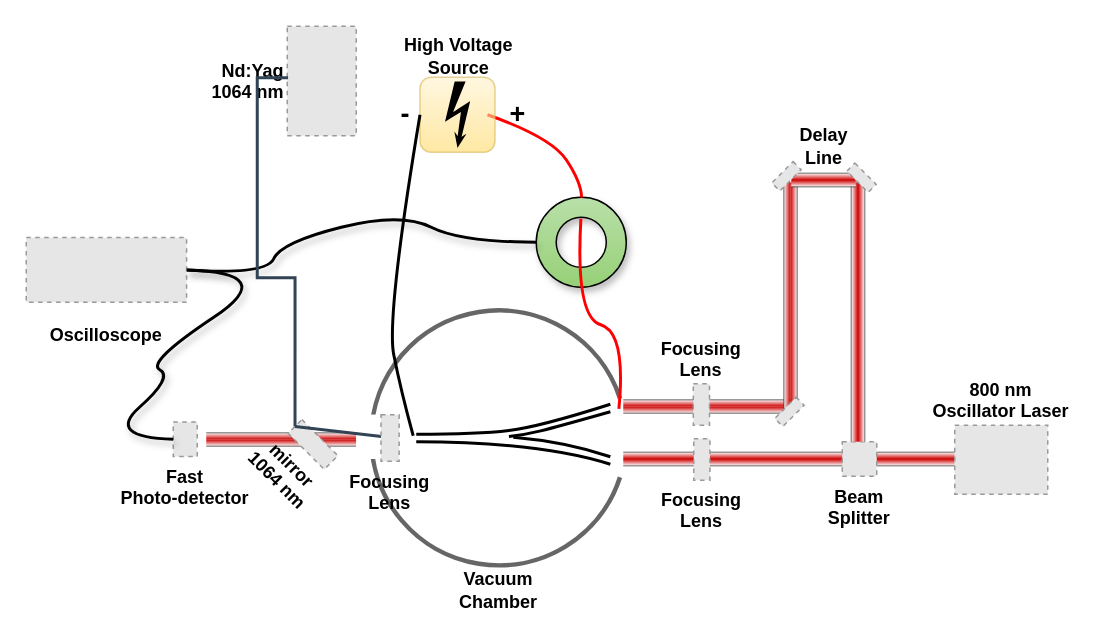
The draw.io diagram page "double capillary" (6 of 7) of figures/figures.drawio in ehudbehar/thesis, before the edit. Source tidied: cells renumbered, new cells numbered last; positions are measured from the earlier drawing's top-left corner, leaving out a move shared by most shapes. Both pictures are drawn from the tidied source at 150%, with x=0, y=0 at pixel (26, 26). Pictures stored in the file or linked from it are replaced by grey dashed boxes.
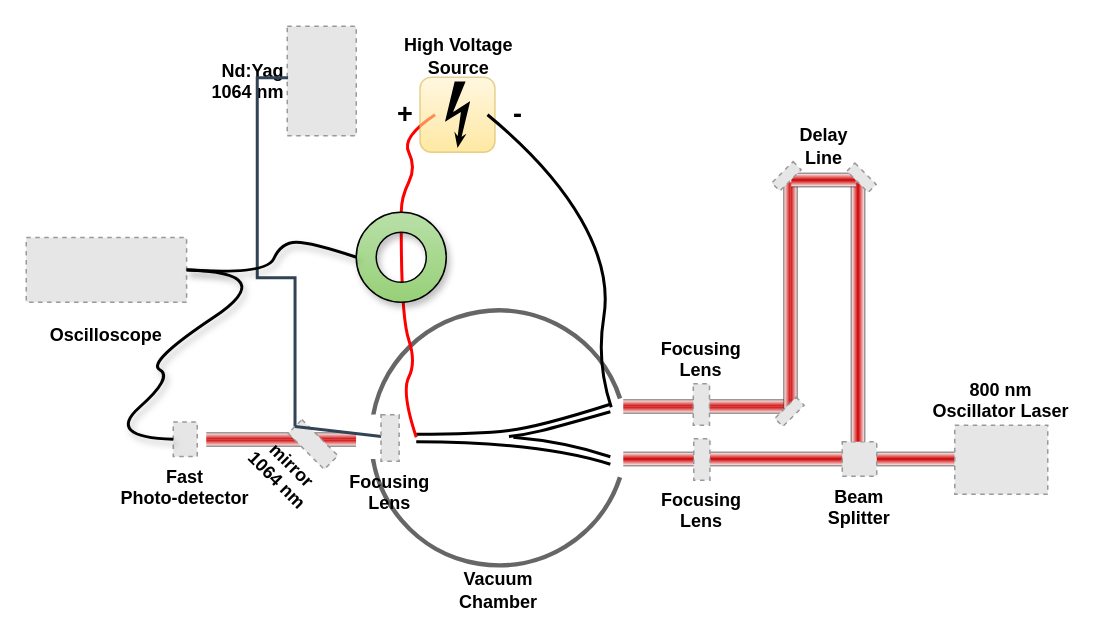
Above is the later version.

Unchanged cells that the change refers to:
```xml
<mxCell id="9" style="verticalLabelPosition=bottom;verticalAlign=top;html=1;shape=mxgraph.basic.arc;startAngle=0.3;endAngle=0.2;fillColor=#FFFFFF;strokeWidth=3;perimeterSpacing=3;opacity=60;" parent="1" vertex="1">
  <mxGeometry x="230" y="189.4" width="170" height="170" as="geometry" />
</mxCell>
<mxCell id="19" style="group;labelPosition=center;verticalLabelPosition=top;align=center;verticalAlign=bottom;spacingBottom=0;" parent="1" vertex="1">
  <mxGeometry x="247.5" y="25.5" width="85" height="70" as="geometry" />
</mxCell>
<mxCell id="21" style="rounded=1;whiteSpace=wrap;html=1;strokeColor=#d6b656;strokeWidth=1;fillColor=#fff2cc;opacity=60;gradientColor=#ffd966;" parent="20" vertex="1">
  <mxGeometry width="50" height="50" as="geometry" />
</mxCell>
<mxCell id="29" value="Oscilloscope" style="fillColor=#E6E6E6;strokeColor=#999999;dashed=1;verticalLabelPosition=bottom;verticalAlign=middle;fontFamily=Helvetica;fontSize=12;labelBackgroundColor=#ffffff;fontStyle=1;" parent="1" vertex="1">
  <mxGeometry y="140.9" width="106.9" height="43.1" as="geometry" />
</mxCell>
```

Change to the diagram source:
```diff
@@
-    <mxCell id="15" style="verticalLabelPosition=bottom;verticalAlign=top;html=1;shape=mxgraph.basic.donut;dx=13.29;fontFamily=Verdana;gradientDirection=south;fillColor=#B9E0A9;gradientColor=#97D077;shadow=1;flipH=1;" parent="1" vertex="1">
-      <mxGeometry x="340" y="114" width="60" height="60" as="geometry" />
-    </mxCell>
@@
-    <mxCell id="17" style="curved=1;endArrow=none;html=1;endFill=0;strokeWidth=2;snapToPoint=0;strokeColor=#FF0000;exitX=0.496;exitY=0.002;exitDx=0;exitDy=0;exitPerimeter=0;entryX=0;entryY=0.5;entryDx=0;entryDy=0;shadow=0;fillColor=#e51400;sketch=0;" parent="1" edge="1" source="15" target="24">
+    <mxCell id="17" style="curved=1;endArrow=none;html=1;endFill=0;strokeWidth=2;snapToPoint=0;strokeColor=#FF0000;exitX=0.5;exitY=0;exitDx=0;exitDy=0;exitPerimeter=0;entryX=1;entryY=0.5;entryDx=0;entryDy=0;shadow=0;fillColor=#e51400;sketch=0;" parent="1" edge="1" source="57" target="23">
       <mxGeometry relative="1" as="geometry">
         <Array as="points">
-          <mxPoint x="370" y="104" />
-          <mxPoint x="350" y="74" />
+          <mxPoint x="250" y="114" />
+          <mxPoint x="260" y="94" />
+          <mxPoint x="250" y="74" />
         </Array>
       </mxGeometry>
     </mxCell>
@@
-    <mxCell id="23" value="&lt;b&gt;&lt;font style=&quot;font-size: 18px&quot;&gt;-&lt;br&gt;&lt;/font&gt;&lt;/b&gt;" style="text;html=1;strokeColor=none;fillColor=none;align=center;verticalAlign=middle;whiteSpace=wrap;rounded=0;opacity=60;" parent="19" vertex="1">
+    <mxCell id="23" value="&lt;b&gt;&lt;font style=&quot;font-size: 18px&quot;&gt;+&lt;br&gt;&lt;/font&gt;&lt;/b&gt;" style="text;html=1;strokeColor=none;fillColor=none;align=center;verticalAlign=middle;whiteSpace=wrap;rounded=0;opacity=60;" parent="19" vertex="1">
       <mxGeometry x="-15" y="23.5" width="40" height="20" as="geometry" />
     </mxCell>
-    <mxCell id="24" value="&lt;b&gt;&lt;font style=&quot;font-size: 18px&quot;&gt;+&lt;/font&gt;&lt;/b&gt;" style="text;html=1;strokeColor=none;fillColor=none;align=center;verticalAlign=middle;whiteSpace=wrap;rounded=0;opacity=60;" parent="19" vertex="1">
+    <mxCell id="24" value="&lt;b&gt;&lt;font style=&quot;font-size: 18px&quot;&gt;-&lt;/font&gt;&lt;/b&gt;" style="text;html=1;strokeColor=none;fillColor=none;align=center;verticalAlign=middle;whiteSpace=wrap;rounded=0;opacity=60;" parent="19" vertex="1">
       <mxGeometry x="60" y="23.5" width="40" height="20" as="geometry" />
     </mxCell>
@@
-    <mxCell id="28" style="endArrow=none;html=1;fontFamily=Verdana;exitX=0.997;exitY=0.5;exitDx=0;exitDy=0;exitPerimeter=0;endFill=0;entryX=1;entryY=0.5;entryDx=0;entryDy=0;strokeWidth=2;curved=1;shadow=1;sketch=0;" parent="1" edge="1" source="15" target="29">
-      <mxGeometry relative="1" as="geometry">
-        <Array as="points">
-          <mxPoint x="290" y="144" />
-          <mxPoint x="250" y="124" />
-          <mxPoint x="170" y="144" />
-          <mxPoint x="160" y="166" />
-        </Array>
-      </mxGeometry>
-    </mxCell>
@@
-    <mxCell id="31" style="curved=1;endArrow=none;html=1;endFill=0;strokeWidth=2;snapToPoint=0;strokeColor=#000000;entryX=0;entryY=0.5;entryDx=0;entryDy=0;exitX=0.176;exitY=0.492;exitDx=0;exitDy=0;exitPerimeter=0;" parent="1" edge="1" source="9" target="21">
+    <mxCell id="31" style="curved=1;endArrow=none;html=1;endFill=0;strokeWidth=2;snapToPoint=0;strokeColor=#000000;entryX=0;entryY=0.5;entryDx=0;entryDy=0;" parent="1" edge="1" target="24">
       <mxGeometry relative="1" as="geometry">
+        <mxPoint x="390" y="254" as="sourcePoint" />
         <Array as="points">
-          <mxPoint x="250" y="244" />
-          <mxPoint x="240" y="194" />
+          <mxPoint x="380" y="224" />
+          <mxPoint x="390" y="164" />
+          <mxPoint x="350" y="94" />
         </Array>
       </mxGeometry>
     </mxCell>
@@
-    <mxCell id="37" style="curved=1;endArrow=none;html=1;endFill=0;strokeWidth=2;snapToPoint=0;strokeColor=#FF0000;shadow=0;fillColor=#e51400;sketch=0;entryX=0.504;entryY=0.239;entryDx=0;entryDy=0;entryPerimeter=0;exitX=0.955;exitY=0.39;exitDx=0;exitDy=0;exitPerimeter=0;" parent="1" edge="1" source="9" target="15">
+    <mxCell id="37" style="curved=1;endArrow=none;html=1;endFill=0;strokeWidth=2;snapToPoint=0;strokeColor=#FF0000;shadow=0;fillColor=#e51400;sketch=0;entryX=0.5;entryY=0.194;entryDx=0;entryDy=0;entryPerimeter=0;" parent="1" edge="1" target="57">
       <mxGeometry relative="1" as="geometry">
+        <mxPoint x="260" y="274" as="sourcePoint" />
         <Array as="points">
-          <mxPoint x="400" y="204" />
-          <mxPoint x="366" y="194" />
+          <mxPoint x="250" y="244" />
+          <mxPoint x="260" y="224" />
+          <mxPoint x="250" y="194" />
         </Array>
       </mxGeometry>
     </mxCell>
@@
+    <mxCell id="57" style="verticalLabelPosition=bottom;verticalAlign=top;html=1;shape=mxgraph.basic.donut;dx=13.29;fontFamily=Verdana;gradientDirection=south;fillColor=#B9E0A9;gradientColor=#97D077;shadow=1;flipH=1;" parent="1" vertex="1">
+      <mxGeometry x="220" y="124" width="60" height="60" as="geometry" />
+    </mxCell>
+    <mxCell id="58" style="endArrow=none;html=1;fontFamily=Verdana;exitX=0.997;exitY=0.5;exitDx=0;exitDy=0;exitPerimeter=0;endFill=0;entryX=1;entryY=0.5;entryDx=0;entryDy=0;strokeWidth=2;curved=1;shadow=1;sketch=0;" parent="1" edge="1" source="57">
+      <mxGeometry relative="1" as="geometry">
+        <mxPoint x="106.9" y="162.4" as="targetPoint" />
+        <Array as="points">
+          <mxPoint x="190" y="144" />
+          <mxPoint x="170" y="144" />
+          <mxPoint x="160" y="166" />
+        </Array>
+      </mxGeometry>
+    </mxCell>
```
